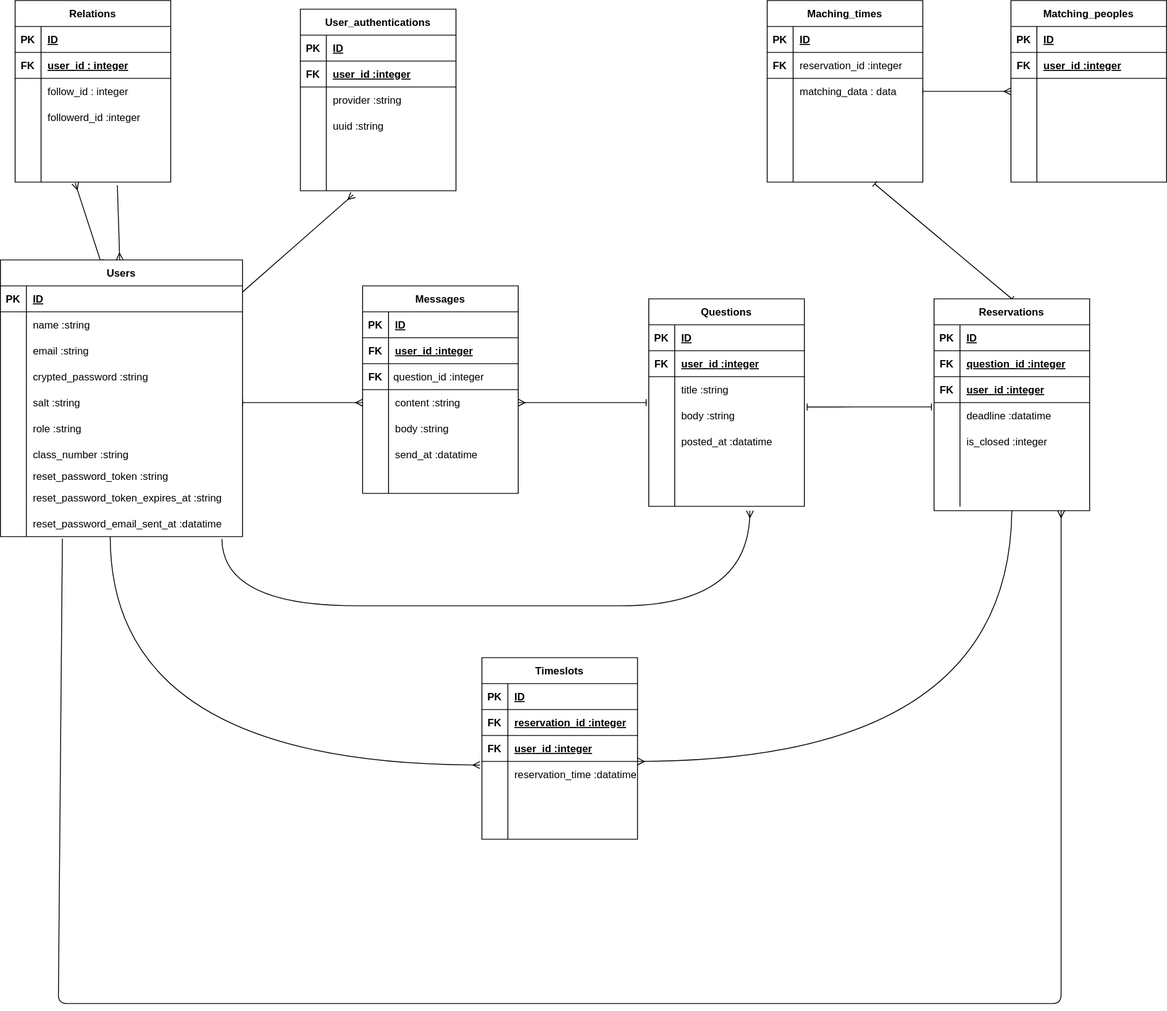
The draw.io diagram link_discord.svg in ys1227/link_discord, before a commit. Source tidied: cells renumbered, new cells last; positions are measured from the earlier drawing's top-left corner, leaving out a move shared by most shapes.
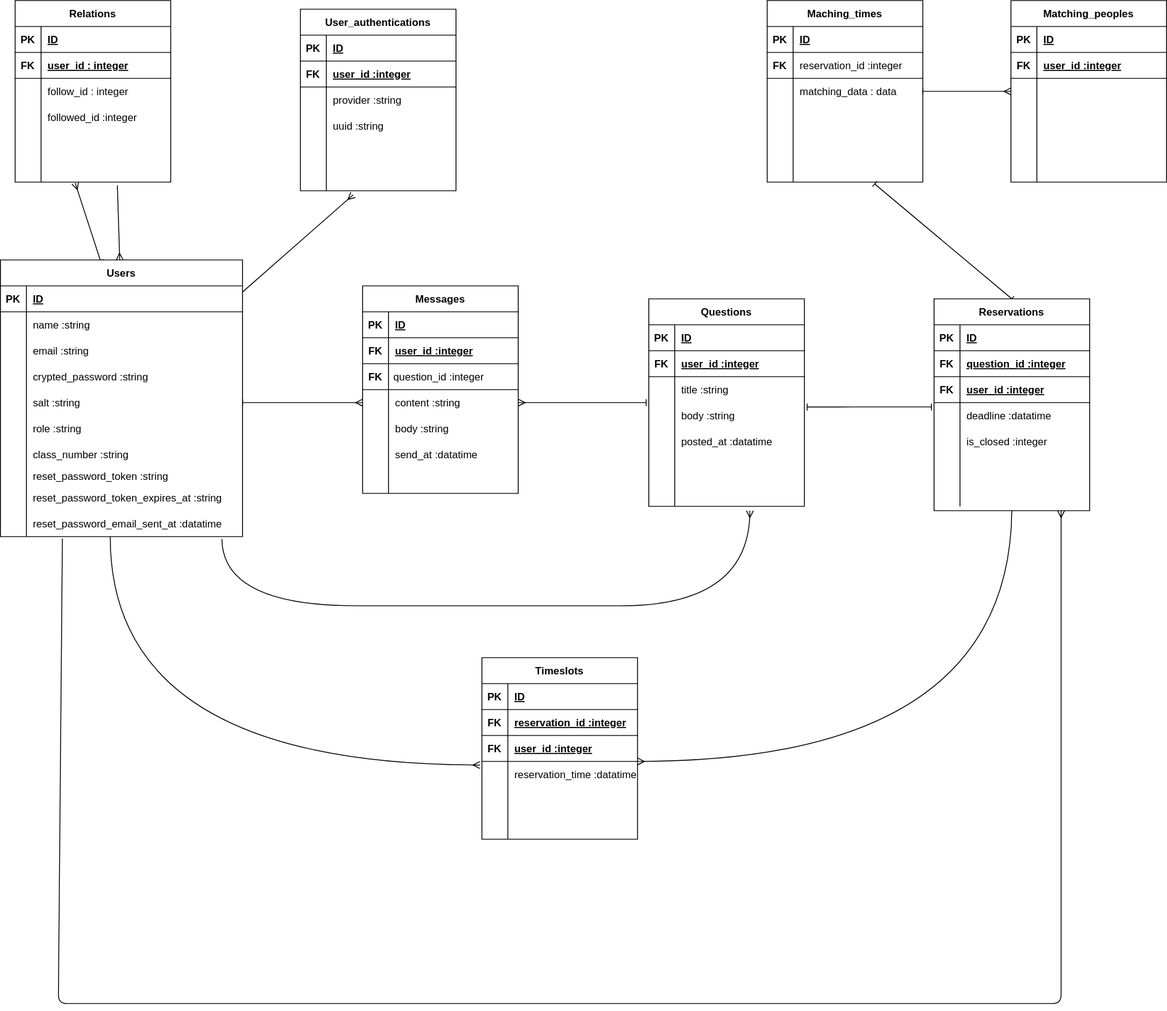
The same diagram one commit later.

Change to the diagram source:
```diff
@@ -249,7 +249,7 @@
     <mxCell id="73" style="shape=partialRectangle;fillColor=none;top=0;left=0;bottom=0;right=0;overflow=hidden;labelBackgroundColor=none;" parent="72" vertex="1">
       <mxGeometry width="30" height="30" as="geometry" />
     </mxCell>
-    <mxCell id="74" value="followerd_id :integer" style="shape=partialRectangle;fillColor=none;top=0;left=0;bottom=0;right=0;align=left;spacingLeft=6;overflow=hidden;labelBackgroundColor=none;" parent="72" vertex="1">
+    <mxCell id="74" value="followed_id :integer" style="shape=partialRectangle;fillColor=none;top=0;left=0;bottom=0;right=0;align=left;spacingLeft=6;overflow=hidden;labelBackgroundColor=none;" parent="72" vertex="1">
       <mxGeometry x="30" width="150" height="30" as="geometry" />
     </mxCell>
     <mxCell id="75" style="shape=tableRow;horizontal=0;startSize=0;swimlaneHead=0;swimlaneBody=0;fillColor=none;top=0;left=0;right=0;bottom=0;labelBackgroundColor=none;" parent="62" vertex="1">
```
